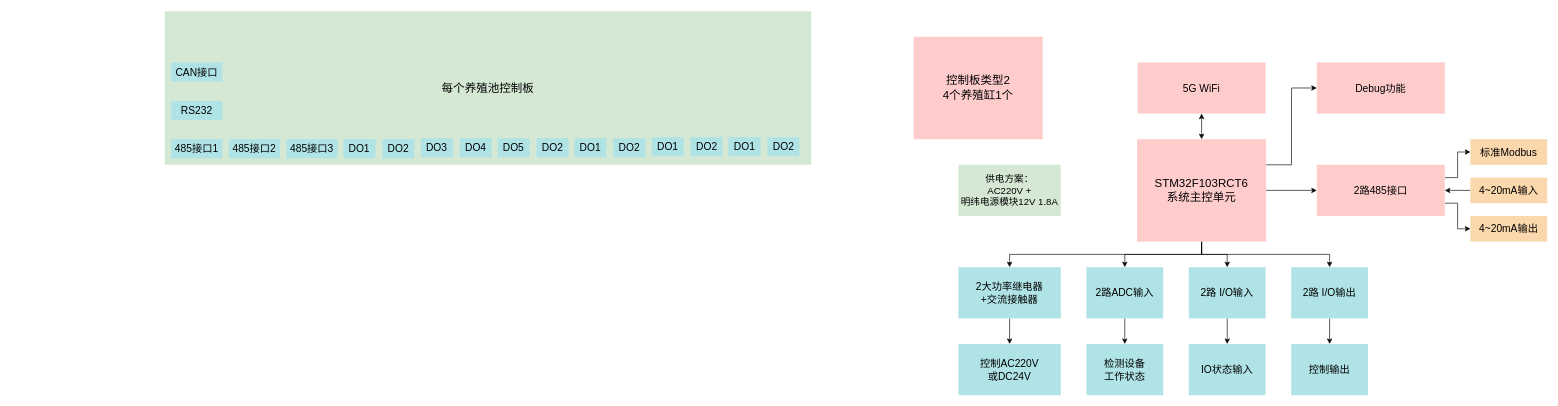
zjh6607476/drawing keeps this draw.io diagram as 养虾试验池项目.drawio. Above is the earlier version. Source tidied: cells renumbered, new cells numbered last; positions are measured from the earlier drawing's top-left corner, leaving out a move shared by most shapes. Both pictures are drawn from the tidied source at 64%, with x=0, y=0 at pixel (164, 11).
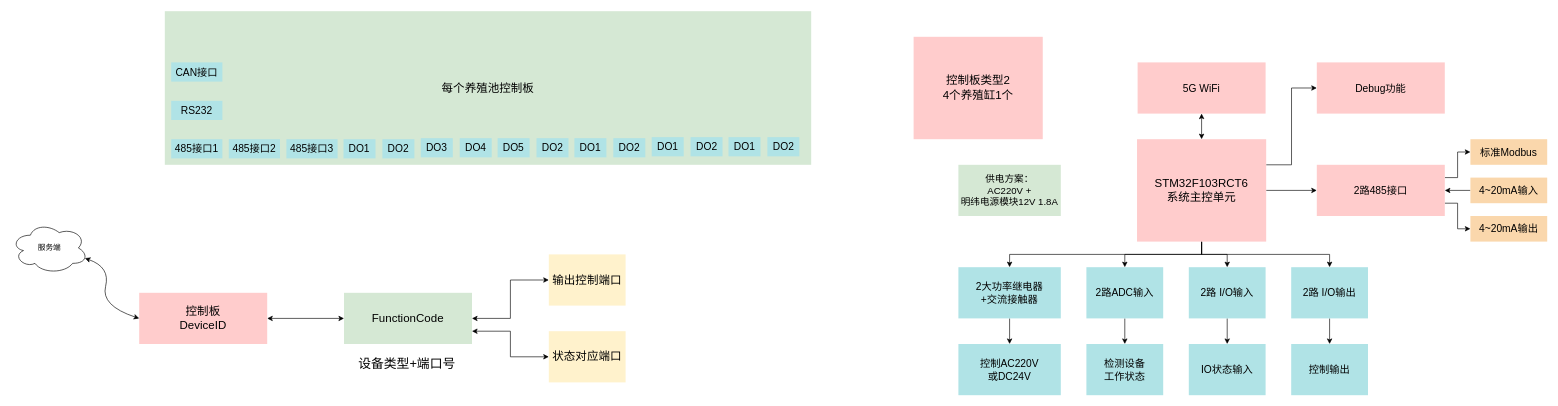
After the change.

Commit message:
更新养虾试验池项目.drawio

What changed in the source:
```diff
@@
+    <mxCell id="51" style="edgeStyle=orthogonalEdgeStyle;rounded=0;jettySize=auto;html=1;exitX=1;exitY=0.5;exitDx=0;exitDy=0;entryX=0;entryY=0.5;entryDx=0;entryDy=0;startArrow=classic;startFill=1;" parent="1" edge="1" source="52" target="53">
+      <mxGeometry relative="1" as="geometry" />
+    </mxCell>
+    <mxCell id="52" value="&lt;span style=&quot;font-size: 18px&quot;&gt;控制板&lt;br&gt;DeviceID&lt;br&gt;&lt;/span&gt;" style="rounded=0;whiteSpace=wrap;html=1;shadow=0;fillColor=#ffcccc;strokeColor=none;" parent="1" vertex="1">
+      <mxGeometry x="-40" y="440" width="200" height="80" as="geometry" />
+    </mxCell>
+    <mxCell id="53" value="&lt;span style=&quot;font-size: 18px&quot;&gt;FunctionCode&lt;br&gt;&lt;/span&gt;" style="rounded=0;whiteSpace=wrap;html=1;shadow=0;fillColor=#d5e8d4;strokeColor=none;" parent="1" vertex="1">
+      <mxGeometry x="280" y="440" width="200" height="80" as="geometry" />
+    </mxCell>
+    <mxCell id="54" style="edgeStyle=orthogonalEdgeStyle;rounded=0;jettySize=auto;html=1;exitX=0;exitY=0.5;exitDx=0;exitDy=0;entryX=1;entryY=0.5;entryDx=0;entryDy=0;startArrow=classic;startFill=1;" parent="1" edge="1" source="55" target="53">
+      <mxGeometry relative="1" as="geometry" />
+    </mxCell>
+    <mxCell id="55" value="&lt;span style=&quot;font-size: 18px&quot;&gt;输出控制端口&lt;br&gt;&lt;/span&gt;" style="rounded=0;whiteSpace=wrap;html=1;shadow=0;fillColor=#fff2cc;strokeColor=none;" parent="1" vertex="1">
+      <mxGeometry x="600" y="380" width="120" height="80" as="geometry" />
+    </mxCell>
+    <mxCell id="56" style="edgeStyle=orthogonalEdgeStyle;rounded=0;jettySize=auto;html=1;exitX=0;exitY=0.5;exitDx=0;exitDy=0;entryX=1;entryY=0.75;entryDx=0;entryDy=0;startArrow=classic;startFill=1;" parent="1" edge="1" source="57" target="53">
+      <mxGeometry relative="1" as="geometry" />
+    </mxCell>
+    <mxCell id="57" value="&lt;span style=&quot;font-size: 18px&quot;&gt;状态对应端口&lt;br&gt;&lt;/span&gt;" style="rounded=0;whiteSpace=wrap;html=1;shadow=0;fillColor=#fff2cc;strokeColor=none;" parent="1" vertex="1">
+      <mxGeometry x="600" y="500" width="120" height="80" as="geometry" />
+    </mxCell>
+    <mxCell id="58" value="服务端" style="ellipse;shape=cloud;whiteSpace=wrap;html=1;fillColor=none;" parent="1" vertex="1">
+      <mxGeometry x="-240" y="330" width="120" height="80" as="geometry" />
+    </mxCell>
+    <mxCell id="59" style="curved=1;endArrow=classic;html=1;exitX=0.96;exitY=0.7;exitDx=0;exitDy=0;exitPerimeter=0;startArrow=classic;startFill=1;" parent="1" edge="1" source="58">
+      <mxGeometry relative="1" as="geometry">
+        <mxPoint x="-40" y="480" as="targetPoint" />
+        <Array as="points">
+          <mxPoint x="-85" y="400" />
+          <mxPoint x="-100" y="460" />
+        </Array>
+      </mxGeometry>
+    </mxCell>
+    <mxCell id="60" value="设备类型+端口号" style="text;html=1;strokeColor=none;fillColor=none;align=center;verticalAlign=middle;whiteSpace=wrap;rounded=0;fontSize=20;" parent="1" vertex="1">
+      <mxGeometry x="295.8" y="530" width="165" height="40" as="geometry" />
+    </mxCell>
```
